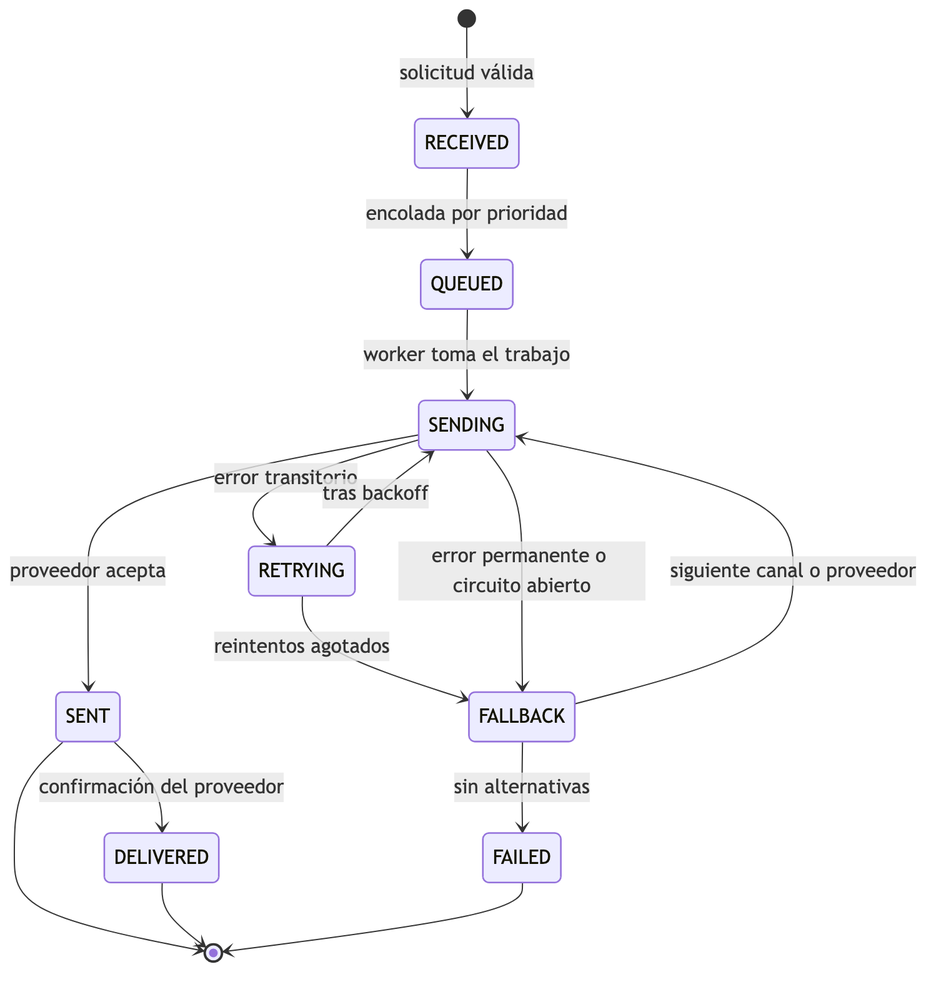
The Mermaid diagram docs/diagrams/render/06-estados.png in joseraulsoriano/notifyhub, before a commit. Its source is kept beside it as docs/diagrams/06-estados.mmd.
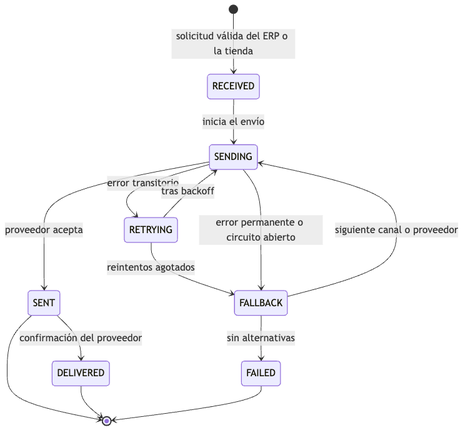
The same file after the commit.

Change to the diagram source:
```diff
@@ -1,7 +1,6 @@
 stateDiagram-v2
-  [*] --> RECEIVED: solicitud válida
-  RECEIVED --> QUEUED: encolada por prioridad
-  QUEUED --> SENDING: worker toma el trabajo
+  [*] --> RECEIVED: solicitud válida del ERP o la tienda
+  RECEIVED --> SENDING: inicia el envío
   SENDING --> SENT: proveedor acepta
   SENDING --> RETRYING: error transitorio
   RETRYING --> SENDING: tras backoff
```
